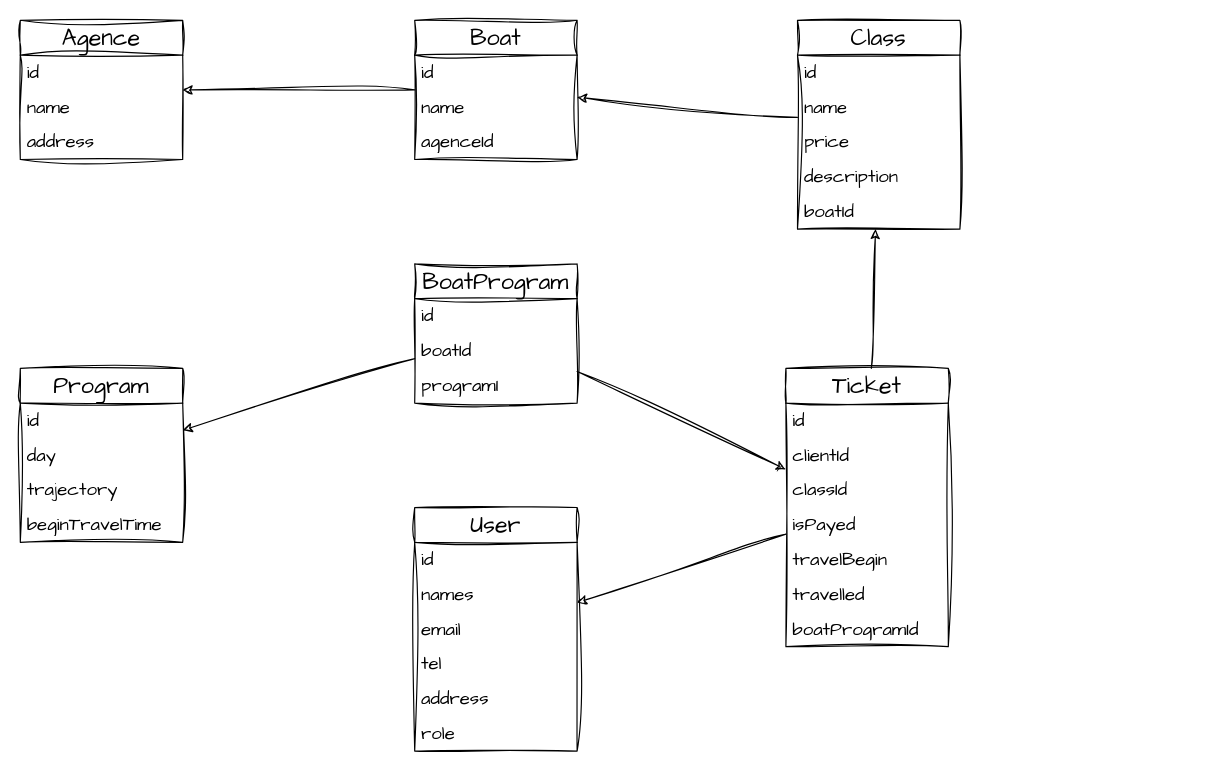
Before: model.drawio in Cedric921/travel-boat-api, a draw.io diagram. Source tidied: cells renumbered, new cells numbered last; positions are measured from the earlier drawing's top-left corner, leaving out a move shared by most shapes. Both pictures are drawn from the tidied source at 116%, with x=0, y=0 at pixel (20, 20).
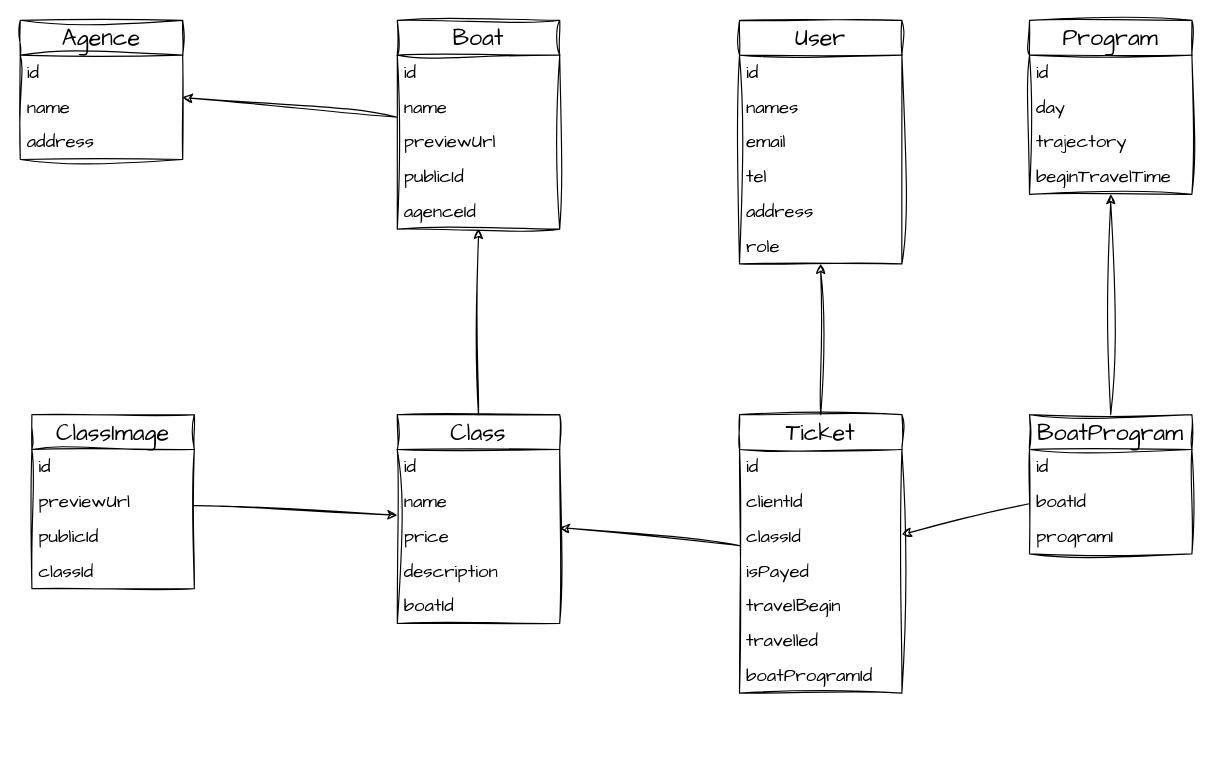
Above is the later version.

The edit, as a diff of the source:
```diff
@@
     <mxCell id="6" value="Boat" style="swimlane;fontStyle=0;horizontal=1;startSize=30;whiteSpace=wrap;html=1;sketch=1;hachureGap=4;jiggle=2;curveFitting=1;fontFamily=Architects Daughter;fontSize=20;" parent="1" vertex="1">
-      <mxGeometry x="340" width="140" height="120" as="geometry" />
+      <mxGeometry x="325" width="140" height="180" as="geometry" />
     </mxCell>
@@
-    <mxCell id="9" value="agenceId" style="text;strokeColor=none;fillColor=none;align=left;verticalAlign=middle;spacingLeft=4;spacingRight=4;overflow=hidden;whiteSpace=wrap;html=1;fontSize=16;sketch=1;hachureGap=4;jiggle=2;curveFitting=1;fontFamily=Architects Daughter;" parent="6" vertex="1">
+    <mxCell id="9" value="previewUrl" style="text;strokeColor=none;fillColor=none;align=left;verticalAlign=middle;spacingLeft=4;spacingRight=4;overflow=hidden;whiteSpace=wrap;html=1;fontSize=16;sketch=1;hachureGap=4;jiggle=2;curveFitting=1;fontFamily=Architects Daughter;" parent="6" vertex="1">
       <mxGeometry y="90" width="140" height="30" as="geometry" />
     </mxCell>
+    <mxCell id="46" value="publicId" style="text;strokeColor=none;fillColor=none;align=left;verticalAlign=middle;spacingLeft=4;spacingRight=4;overflow=hidden;whiteSpace=wrap;html=1;fontSize=16;sketch=1;hachureGap=4;jiggle=2;curveFitting=1;fontFamily=Architects Daughter;" parent="6" vertex="1">
+      <mxGeometry y="120" width="140" height="30" as="geometry" />
+    </mxCell>
+    <mxCell id="47" value="agenceId" style="text;strokeColor=none;fillColor=none;align=left;verticalAlign=middle;spacingLeft=4;spacingRight=4;overflow=hidden;whiteSpace=wrap;html=1;fontSize=16;sketch=1;hachureGap=4;jiggle=2;curveFitting=1;fontFamily=Architects Daughter;" parent="6" vertex="1">
+      <mxGeometry y="150" width="140" height="30" as="geometry" />
+    </mxCell>
     <mxCell id="10" value="Class" style="swimlane;fontStyle=0;horizontal=1;startSize=30;whiteSpace=wrap;html=1;sketch=1;hachureGap=4;jiggle=2;curveFitting=1;fontFamily=Architects Daughter;fontSize=20;" parent="1" vertex="1">
-      <mxGeometry x="670" width="140" height="180" as="geometry" />
+      <mxGeometry x="325" y="340" width="140" height="180" as="geometry" />
     </mxCell>
@@
     <mxCell id="16" value="Program" style="swimlane;fontStyle=0;horizontal=1;startSize=30;whiteSpace=wrap;html=1;sketch=1;hachureGap=4;jiggle=2;curveFitting=1;fontFamily=Architects Daughter;fontSize=20;" parent="1" vertex="1">
-      <mxGeometry y="300" width="140" height="150" as="geometry" />
+      <mxGeometry x="870" width="140" height="150" as="geometry" />
     </mxCell>
@@
     <mxCell id="21" value="Ticket" style="swimlane;fontStyle=0;horizontal=1;startSize=30;whiteSpace=wrap;html=1;sketch=1;hachureGap=4;jiggle=2;curveFitting=1;fontFamily=Architects Daughter;fontSize=20;" parent="1" vertex="1">
-      <mxGeometry x="660" y="300" width="140" height="240" as="geometry" />
+      <mxGeometry x="620" y="340" width="140" height="240" as="geometry" />
     </mxCell>
@@
     <mxCell id="29" value="BoatProgram" style="swimlane;fontStyle=0;horizontal=1;startSize=30;whiteSpace=wrap;html=1;sketch=1;hachureGap=4;jiggle=2;curveFitting=1;fontFamily=Architects Daughter;fontSize=20;" parent="1" vertex="1">
-      <mxGeometry x="340" y="210" width="140" height="120" as="geometry" />
+      <mxGeometry x="870" y="340" width="140" height="120" as="geometry" />
     </mxCell>
@@
     <mxCell id="33" value="User" style="swimlane;fontStyle=0;horizontal=1;startSize=30;whiteSpace=wrap;html=1;sketch=1;hachureGap=4;jiggle=2;curveFitting=1;fontFamily=Architects Daughter;fontSize=20;" parent="1" vertex="1">
-      <mxGeometry x="340" y="420" width="140" height="210" as="geometry" />
+      <mxGeometry x="620" width="140" height="210" as="geometry" />
     </mxCell>
@@
+    <mxCell id="48" value="ClassImage" style="swimlane;fontStyle=0;horizontal=1;startSize=30;whiteSpace=wrap;html=1;sketch=1;hachureGap=4;jiggle=2;curveFitting=1;fontFamily=Architects Daughter;fontSize=20;" parent="1" vertex="1">
+      <mxGeometry x="10" y="340" width="140" height="150" as="geometry" />
+    </mxCell>
+    <mxCell id="49" value="id" style="text;strokeColor=none;fillColor=none;align=left;verticalAlign=middle;spacingLeft=4;spacingRight=4;overflow=hidden;whiteSpace=wrap;html=1;fontSize=16;sketch=1;hachureGap=4;jiggle=2;curveFitting=1;fontFamily=Architects Daughter;" parent="48" vertex="1">
+      <mxGeometry y="30" width="140" height="30" as="geometry" />
+    </mxCell>
+    <mxCell id="50" value="previewUrl" style="text;strokeColor=none;fillColor=none;align=left;verticalAlign=middle;spacingLeft=4;spacingRight=4;overflow=hidden;whiteSpace=wrap;html=1;fontSize=16;sketch=1;hachureGap=4;jiggle=2;curveFitting=1;fontFamily=Architects Daughter;" parent="48" vertex="1">
+      <mxGeometry y="60" width="140" height="30" as="geometry" />
+    </mxCell>
+    <mxCell id="51" value="publicId" style="text;strokeColor=none;fillColor=none;align=left;verticalAlign=middle;spacingLeft=4;spacingRight=4;overflow=hidden;whiteSpace=wrap;html=1;fontSize=16;sketch=1;hachureGap=4;jiggle=2;curveFitting=1;fontFamily=Architects Daughter;" parent="48" vertex="1">
+      <mxGeometry y="90" width="140" height="30" as="geometry" />
+    </mxCell>
+    <mxCell id="52" value="classId" style="text;strokeColor=none;fillColor=none;align=left;verticalAlign=middle;spacingLeft=4;spacingRight=4;overflow=hidden;whiteSpace=wrap;html=1;fontSize=16;sketch=1;hachureGap=4;jiggle=2;curveFitting=1;fontFamily=Architects Daughter;" parent="48" vertex="1">
+      <mxGeometry y="120" width="140" height="30" as="geometry" />
+    </mxCell>
+    <mxCell id="53" style="endArrow=classic;html=1;sketch=1;hachureGap=4;jiggle=2;curveFitting=1;fontFamily=Architects Daughter;fontSize=16;" parent="1" edge="1" source="48" target="10">
+      <mxGeometry relative="1" as="geometry" />
+    </mxCell>
```
